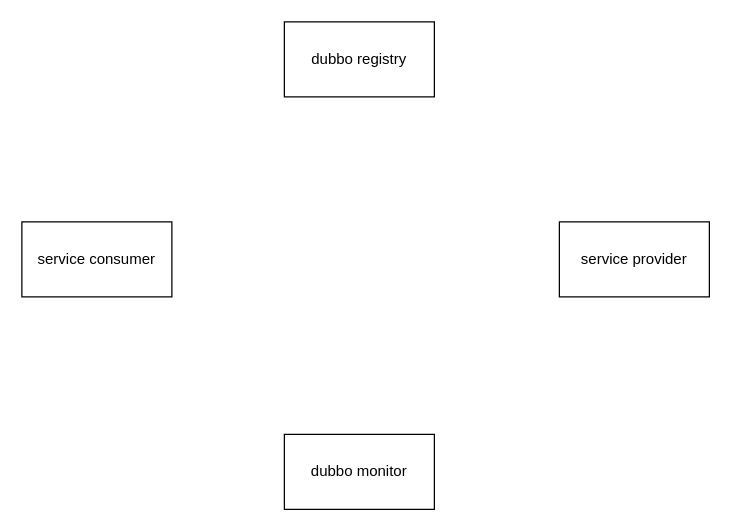
The draw.io diagram 绘图/dubbo.drawio in longjiangxue/blogImage, before the edit. Source tidied: cells renumbered, new cells numbered last; positions are measured from the earlier drawing's top-left corner, leaving out a move shared by most shapes. Both pictures are drawn from the tidied source at 125%, with x=0, y=0 at pixel (21, 21).
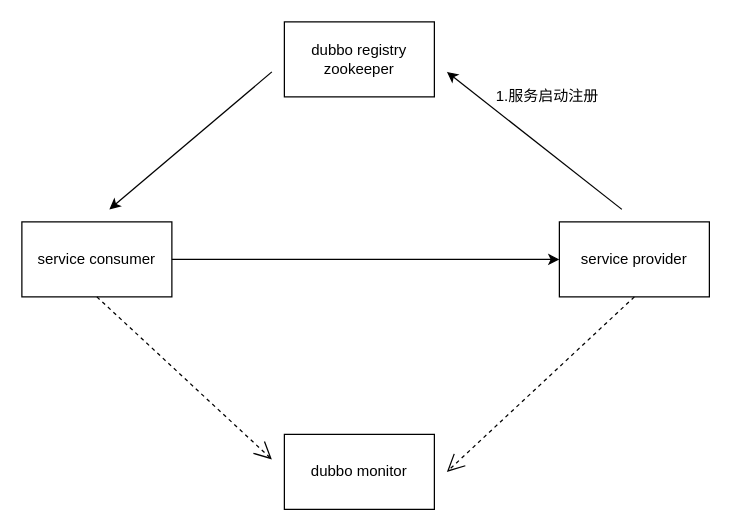
Above is the later version.

What changed in the source:
```diff
@@
 <mxGraphModel>
   <root>
     <mxCell id="0" />
     <mxCell id="1" parent="0" />
-    <mxCell id="2" value="dubbo registry" style="rounded=0;whiteSpace=wrap;html=1;" parent="1" vertex="1">
+    <mxCell id="2" value="dubbo registry&lt;br&gt;zookeeper" style="rounded=0;whiteSpace=wrap;html=1;" parent="1" vertex="1">
       <mxGeometry x="210" width="120" height="60" as="geometry" />
     </mxCell>
     <mxCell id="3" value="service consumer" style="rounded=0;whiteSpace=wrap;html=1;" parent="1" vertex="1">
       <mxGeometry y="160" width="120" height="60" as="geometry" />
     </mxCell>
     <mxCell id="4" value="service provider" style="rounded=0;whiteSpace=wrap;html=1;" parent="1" vertex="1">
       <mxGeometry x="430" y="160" width="120" height="60" as="geometry" />
     </mxCell>
     <mxCell id="5" value="dubbo monitor" style="rounded=0;whiteSpace=wrap;html=1;" parent="1" vertex="1">
       <mxGeometry x="210" y="330" width="120" height="60" as="geometry" />
     </mxCell>
+    <mxCell id="6" style="endArrow=classic;html=1;" parent="1" edge="1">
+      <mxGeometry relative="1" as="geometry">
+        <mxPoint x="480" y="150" as="sourcePoint" />
+        <mxPoint x="340" y="40" as="targetPoint" />
+      </mxGeometry>
+    </mxCell>
+    <mxCell id="7" style="endArrow=classic;html=1;" parent="1" edge="1">
+      <mxGeometry relative="1" as="geometry">
+        <mxPoint x="200" y="40" as="sourcePoint" />
+        <mxPoint x="70" y="150" as="targetPoint" />
+      </mxGeometry>
+    </mxCell>
+    <mxCell id="8" style="endArrow=classic;html=1;exitX=1;exitY=0.5;exitDx=0;exitDy=0;entryX=0;entryY=0.5;entryDx=0;entryDy=0;" parent="1" edge="1" source="3" target="4">
+      <mxGeometry relative="1" as="geometry" />
+    </mxCell>
+    <mxCell id="9" style="endArrow=open;endSize=12;dashed=1;html=1;exitX=0.5;exitY=1;exitDx=0;exitDy=0;" parent="1" edge="1" source="3">
+      <mxGeometry relative="1" as="geometry">
+        <mxPoint x="200" y="350" as="targetPoint" />
+      </mxGeometry>
+    </mxCell>
+    <mxCell id="10" style="endArrow=open;endSize=12;dashed=1;html=1;exitX=0.5;exitY=1;exitDx=0;exitDy=0;" parent="1" edge="1" source="4">
+      <mxGeometry relative="1" as="geometry">
+        <mxPoint x="340" y="360" as="targetPoint" />
+      </mxGeometry>
+    </mxCell>
+    <mxCell id="11" value="1.服务启动注册" style="text;html=1;align=center;verticalAlign=middle;" parent="1" vertex="1">
+      <mxGeometry x="370" y="50" width="100" height="20" as="geometry" />
+    </mxCell>
   </root>
 </mxGraphModel>
```
